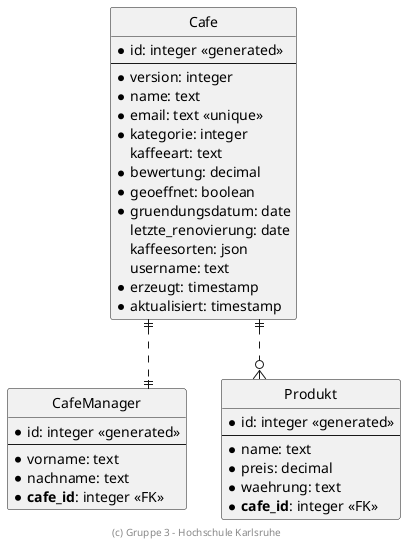
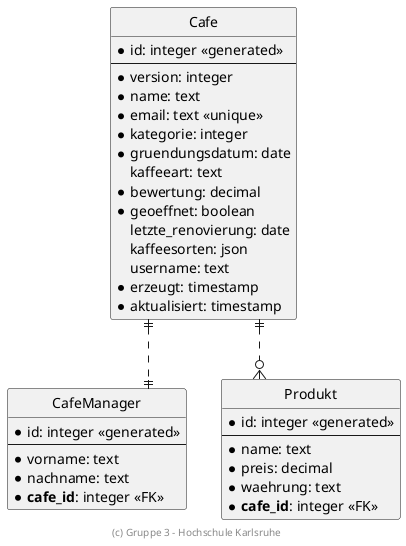
' Copyright (C) 2025 - present Gruppe 3, Hochschule Karlsruhe
'
' This program is free software: you can redistribute it and/or modify
' it under the terms of the GNU General Public License as published by
' the Free Software Foundation, either version 3 of the License, or
' (at your option) any later version.
'
' This program is distributed in the hope that it will be useful,
' but WITHOUT ANY WARRANTY; without even the implied warranty of
' MERCHANTABILITY or FITNESS FOR A PARTICULAR PURPOSE.  See the
' GNU General Public License for more details.
'
' You should have received a copy of the GNU General Public License
' along with this program.  If not, see <https://www.gnu.org/licenses/>.

' Preview durch <Alt>d

@startuml ER Diagramm

' hide the spot
hide circle

' evtl. Probleme mit Kraehenfuessen vermeiden
skinparam linetype ortho

entity "Cafe" {
  * id: integer <<generated>>
  --
  * version: integer
  * name: text
  * email: text <<unique>>
  * kategorie: integer
+   * gruendungsdatum: date
    kaffeeart: text
  * bewertung: decimal
  * geoeffnet: boolean
-   * gruendungsdatum: date
    letzte_renovierung: date
    kaffeesorten: json
    username: text
  * erzeugt: timestamp
  * aktualisiert: timestamp
}

entity "CafeManager" {
  * id: integer <<generated>>
  --
  * vorname: text
  * nachname: text
  * **cafe_id**: integer <<FK>>
}

entity "Produkt" {
  * id: integer <<generated>>
  --
  * name: text
  * preis: decimal
  * waehrung: text
  * **cafe_id**: integer <<FK>>
}

Cafe ||..|| CafeManager
Cafe ||..o{ Produkt

footer (c) Gruppe 3 – Hochschule Karlsruhe

@enduml
